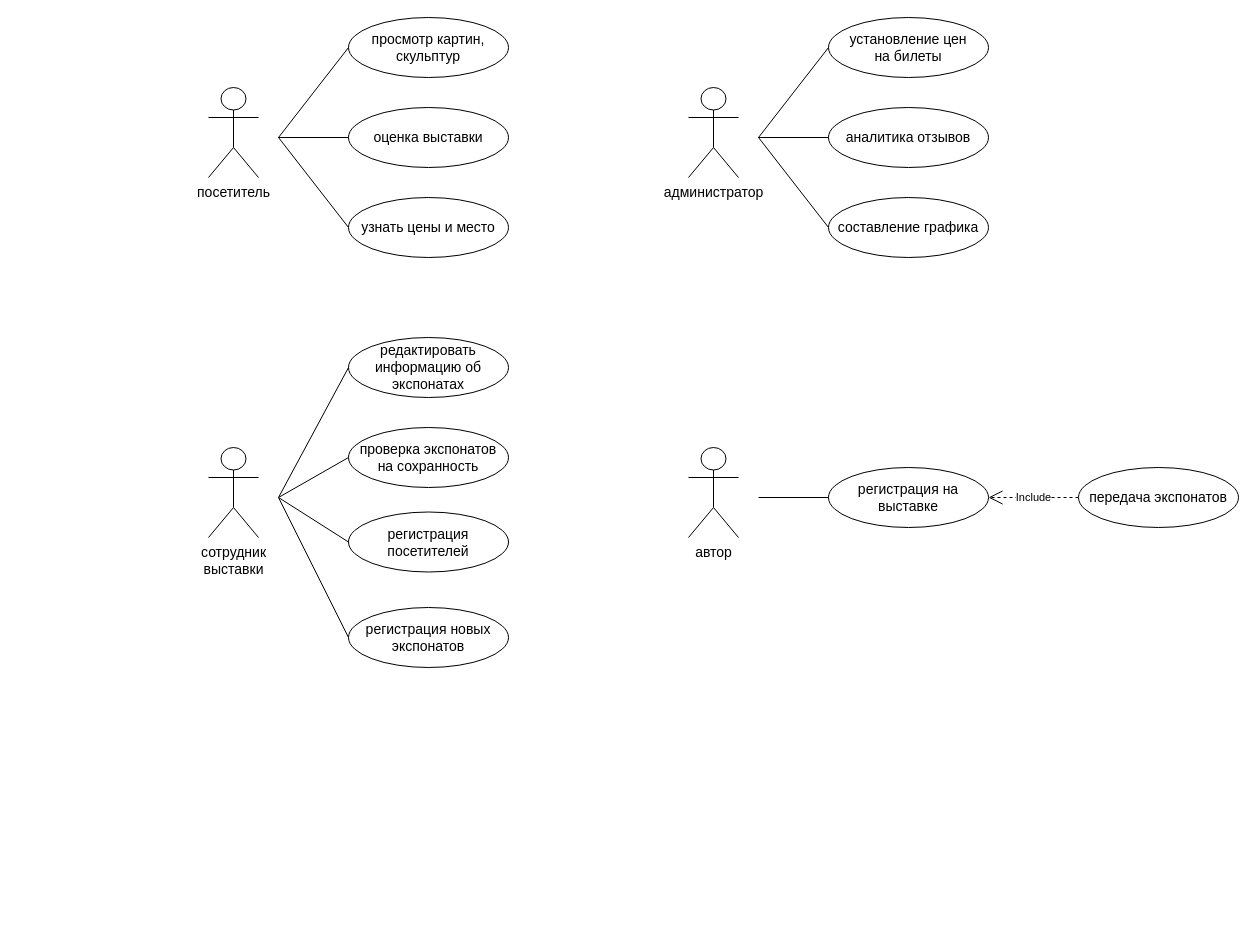
Above: Diagrams/use-case.drawio in OlgaMats/- (draw.io), before the change. Source tidied: cells renumbered, new cells numbered last; positions are measured from the earlier drawing's top-left corner, leaving out a move shared by most shapes. Both pictures are drawn from the tidied source at 100%, with x=0, y=0 at pixel (208, 17).
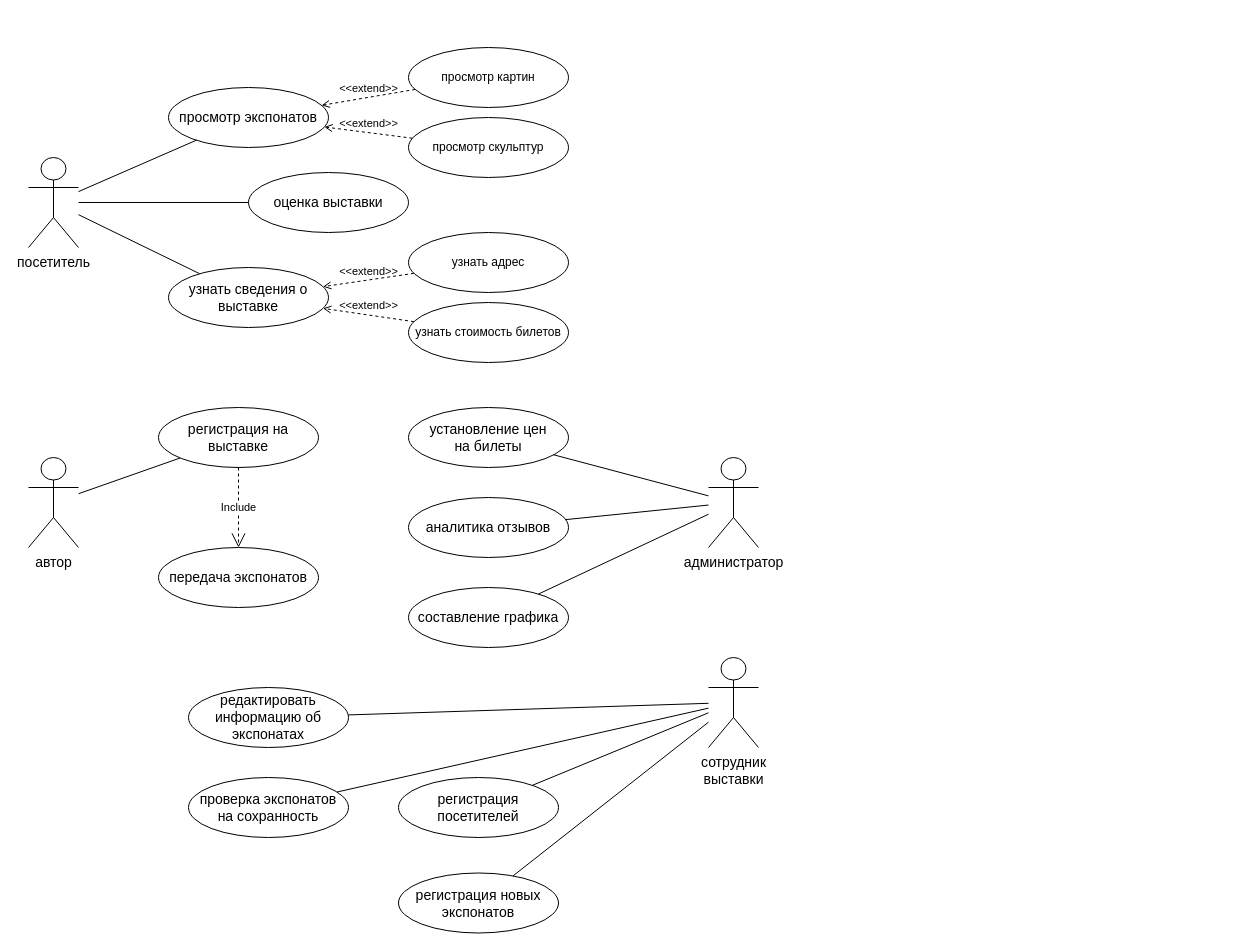
Above is the later version.

What changed in the source:
```diff
@@
     <mxCell id="2" value="&lt;font style=&quot;font-size: 14px&quot;&gt;посетитель&lt;/font&gt;" style="shape=umlActor;verticalLabelPosition=bottom;verticalAlign=top;html=1;outlineConnect=0;" parent="1" vertex="1">
-      <mxGeometry y="70" width="50" height="90" as="geometry" />
+      <mxGeometry x="-180" y="140" width="50" height="90" as="geometry" />
     </mxCell>
     <mxCell id="3" value="&lt;font style=&quot;font-size: 14px&quot;&gt;сотрудник&lt;br&gt;выставки&lt;br&gt;&lt;/font&gt;" style="shape=umlActor;verticalLabelPosition=bottom;verticalAlign=top;html=1;outlineConnect=0;" parent="1" vertex="1">
-      <mxGeometry y="430" width="50" height="90" as="geometry" />
+      <mxGeometry x="500" y="640" width="50" height="90" as="geometry" />
     </mxCell>
     <mxCell id="4" value="&lt;font style=&quot;font-size: 14px&quot;&gt;редактировать информацию об экспонатах&lt;/font&gt;" style="ellipse;whiteSpace=wrap;html=1;" parent="1" vertex="1">
-      <mxGeometry x="140" y="320" width="160" height="60" as="geometry" />
+      <mxGeometry x="-20" y="670" width="160" height="60" as="geometry" />
     </mxCell>
-    <mxCell id="5" style="endArrow=none;html=1;entryX=0;entryY=0.5;entryDx=0;entryDy=0;" parent="1" edge="1" target="8">
-      <mxGeometry relative="1" as="geometry">
-        <mxPoint x="70" y="480" as="sourcePoint" />
-      </mxGeometry>
+    <mxCell id="5" style="endArrow=none;html=1;" parent="1" edge="1" source="3" target="8">
+      <mxGeometry relative="1" as="geometry" />
     </mxCell>
-    <mxCell id="6" style="endArrow=none;html=1;entryX=0;entryY=0.5;entryDx=0;entryDy=0;" parent="1" edge="1" target="9">
-      <mxGeometry relative="1" as="geometry">
-        <mxPoint x="70" y="480" as="sourcePoint" />
-      </mxGeometry>
+    <mxCell id="6" style="endArrow=none;html=1;" parent="1" edge="1" source="3" target="9">
+      <mxGeometry relative="1" as="geometry" />
     </mxCell>
-    <mxCell id="7" style="endArrow=none;html=1;entryX=0;entryY=0.5;entryDx=0;entryDy=0;" parent="1" edge="1" target="4">
-      <mxGeometry relative="1" as="geometry">
-        <mxPoint x="70" y="480" as="sourcePoint" />
-      </mxGeometry>
+    <mxCell id="7" style="endArrow=none;html=1;" parent="1" edge="1" source="3" target="4">
+      <mxGeometry relative="1" as="geometry" />
     </mxCell>
     <mxCell id="8" value="&lt;span style=&quot;font-size: 14px&quot;&gt;регистрация посетителей&lt;/span&gt;" style="ellipse;whiteSpace=wrap;html=1;" parent="1" vertex="1">
-      <mxGeometry x="140" y="494.5" width="160" height="60" as="geometry" />
+      <mxGeometry x="190" y="760" width="160" height="60" as="geometry" />
     </mxCell>
     <mxCell id="9" value="&lt;font style=&quot;font-size: 14px&quot;&gt;регистрация новых экспонатов&lt;/font&gt;" style="ellipse;whiteSpace=wrap;html=1;" parent="1" vertex="1">
-      <mxGeometry x="140" y="590" width="160" height="60" as="geometry" />
+      <mxGeometry x="190" y="855.5" width="160" height="60" as="geometry" />
     </mxCell>
     <mxCell id="10" value="&lt;span style=&quot;font-size: 14px&quot;&gt;проверка экспонатов &lt;br&gt;на сохранность&lt;/span&gt;" style="ellipse;whiteSpace=wrap;html=1;" parent="1" vertex="1">
-      <mxGeometry x="140" y="410" width="160" height="60" as="geometry" />
+      <mxGeometry x="-20" y="760" width="160" height="60" as="geometry" />
     </mxCell>
-    <mxCell id="11" style="endArrow=none;html=1;entryX=0;entryY=0.5;entryDx=0;entryDy=0;" parent="1" edge="1" target="10">
-      <mxGeometry relative="1" as="geometry">
-        <mxPoint x="70" y="480" as="sourcePoint" />
-      </mxGeometry>
+    <mxCell id="11" style="endArrow=none;html=1;" parent="1" edge="1" source="3" target="10">
+      <mxGeometry relative="1" as="geometry" />
     </mxCell>
     <mxCell id="12" value="&lt;font style=&quot;font-size: 14px&quot;&gt;администратор&lt;/font&gt;" style="shape=umlActor;verticalLabelPosition=bottom;verticalAlign=top;html=1;outlineConnect=0;" parent="1" vertex="1">
-      <mxGeometry x="480" y="70" width="50" height="90" as="geometry" />
+      <mxGeometry x="500" y="440" width="50" height="90" as="geometry" />
     </mxCell>
     <mxCell id="13" value="&lt;font style=&quot;font-size: 14px&quot;&gt;автор&lt;br&gt;&lt;/font&gt;" style="shape=umlActor;verticalLabelPosition=bottom;verticalAlign=top;html=1;outlineConnect=0;" parent="1" vertex="1">
-      <mxGeometry x="480" y="430" width="50" height="90" as="geometry" />
+      <mxGeometry x="-180" y="440" width="50" height="90" as="geometry" />
     </mxCell>
     <mxCell id="14" value="&lt;font style=&quot;font-size: 14px&quot;&gt;регистрация на выставке&lt;/font&gt;" style="ellipse;whiteSpace=wrap;html=1;" parent="1" vertex="1">
-      <mxGeometry x="620" y="450" width="160" height="60" as="geometry" />
+      <mxGeometry x="-50" y="390" width="160" height="60" as="geometry" />
     </mxCell>
-    <mxCell id="15" style="endArrow=none;html=1;entryX=0;entryY=0.5;entryDx=0;entryDy=0;" parent="1" edge="1" target="14">
-      <mxGeometry relative="1" as="geometry">
-        <mxPoint x="550" y="480" as="sourcePoint" />
-      </mxGeometry>
+    <mxCell id="15" style="endArrow=none;html=1;" parent="1" edge="1" source="13" target="14">
+      <mxGeometry relative="1" as="geometry" />
     </mxCell>
-    <mxCell id="16" value="&lt;font style=&quot;font-size: 14px&quot;&gt;просмотр картин,&lt;br&gt;скульптур&lt;br&gt;&lt;/font&gt;" style="ellipse;whiteSpace=wrap;html=1;" parent="1" vertex="1">
-      <mxGeometry x="140" width="160" height="60" as="geometry" />
+    <mxCell id="16" value="&lt;font style=&quot;font-size: 14px&quot;&gt;просмотр экспонатов&lt;br&gt;&lt;/font&gt;" style="ellipse;whiteSpace=wrap;html=1;" parent="1" vertex="1">
+      <mxGeometry x="-40" y="70" width="160" height="60" as="geometry" />
     </mxCell>
-    <mxCell id="17" style="endArrow=none;html=1;entryX=0;entryY=0.5;entryDx=0;entryDy=0;" parent="1" edge="1" target="19">
-      <mxGeometry relative="1" as="geometry">
-        <mxPoint x="70" y="120" as="sourcePoint" />
-      </mxGeometry>
+    <mxCell id="17" style="endArrow=none;html=1;" parent="1" edge="1" source="2" target="19">
+      <mxGeometry relative="1" as="geometry" />
     </mxCell>
-    <mxCell id="18" style="endArrow=none;html=1;entryX=0;entryY=0.5;entryDx=0;entryDy=0;" parent="1" edge="1" target="16">
-      <mxGeometry relative="1" as="geometry">
-        <mxPoint x="70" y="120" as="sourcePoint" />
-      </mxGeometry>
+    <mxCell id="18" style="endArrow=none;html=1;" parent="1" edge="1" source="2" target="16">
+      <mxGeometry relative="1" as="geometry" />
     </mxCell>
-    <mxCell id="19" value="&lt;span style=&quot;font-size: 14px&quot;&gt;узнать цены и место&lt;/span&gt;" style="ellipse;whiteSpace=wrap;html=1;" parent="1" vertex="1">
-      <mxGeometry x="140" y="180" width="160" height="60" as="geometry" />
+    <mxCell id="19" value="&lt;span style=&quot;font-size: 14px&quot;&gt;узнать сведения о выставке&lt;br&gt;&lt;/span&gt;" style="ellipse;whiteSpace=wrap;html=1;" parent="1" vertex="1">
+      <mxGeometry x="-40" y="250" width="160" height="60" as="geometry" />
     </mxCell>
     <mxCell id="20" value="&lt;span style=&quot;font-size: 14px&quot;&gt;оценка выставки&lt;/span&gt;" style="ellipse;whiteSpace=wrap;html=1;" parent="1" vertex="1">
-      <mxGeometry x="140" y="90" width="160" height="60" as="geometry" />
+      <mxGeometry x="40" y="155" width="160" height="60" as="geometry" />
     </mxCell>
-    <mxCell id="21" style="endArrow=none;html=1;entryX=0;entryY=0.5;entryDx=0;entryDy=0;" parent="1" edge="1" target="20">
-      <mxGeometry relative="1" as="geometry">
-        <mxPoint x="70" y="120" as="sourcePoint" />
-      </mxGeometry>
+    <mxCell id="21" style="endArrow=none;html=1;" parent="1" edge="1" source="2" target="20">
+      <mxGeometry relative="1" as="geometry" />
     </mxCell>
     <mxCell id="22" value="&lt;font style=&quot;font-size: 14px&quot;&gt;установление цен&lt;br&gt;на билеты&lt;br&gt;&lt;/font&gt;" style="ellipse;whiteSpace=wrap;html=1;" parent="1" vertex="1">
-      <mxGeometry x="620" width="160" height="60" as="geometry" />
+      <mxGeometry x="200" y="390" width="160" height="60" as="geometry" />
     </mxCell>
-    <mxCell id="23" style="endArrow=none;html=1;entryX=0;entryY=0.5;entryDx=0;entryDy=0;" parent="1" edge="1" target="25">
-      <mxGeometry relative="1" as="geometry">
-        <mxPoint x="550" y="120" as="sourcePoint" />
-      </mxGeometry>
+    <mxCell id="23" style="endArrow=none;html=1;" parent="1" edge="1" source="12" target="25">
+      <mxGeometry relative="1" as="geometry" />
     </mxCell>
-    <mxCell id="24" style="endArrow=none;html=1;entryX=0;entryY=0.5;entryDx=0;entryDy=0;" parent="1" edge="1" target="22">
-      <mxGeometry relative="1" as="geometry">
-        <mxPoint x="550" y="120" as="sourcePoint" />
-      </mxGeometry>
+    <mxCell id="24" style="endArrow=none;html=1;" parent="1" edge="1" source="12" target="22">
+      <mxGeometry relative="1" as="geometry" />
     </mxCell>
     <mxCell id="25" value="&lt;span style=&quot;font-size: 14px&quot;&gt;составление графика&lt;/span&gt;" style="ellipse;whiteSpace=wrap;html=1;" parent="1" vertex="1">
-      <mxGeometry x="620" y="180" width="160" height="60" as="geometry" />
+      <mxGeometry x="200" y="570" width="160" height="60" as="geometry" />
     </mxCell>
     <mxCell id="26" value="&lt;span style=&quot;font-size: 14px&quot;&gt;аналитика отзывов&lt;/span&gt;" style="ellipse;whiteSpace=wrap;html=1;" parent="1" vertex="1">
-      <mxGeometry x="620" y="90" width="160" height="60" as="geometry" />
+      <mxGeometry x="200" y="480" width="160" height="60" as="geometry" />
     </mxCell>
-    <mxCell id="27" style="endArrow=none;html=1;entryX=0;entryY=0.5;entryDx=0;entryDy=0;" parent="1" edge="1" target="26">
-      <mxGeometry relative="1" as="geometry">
-        <mxPoint x="550" y="120" as="sourcePoint" />
-      </mxGeometry>
+    <mxCell id="27" style="endArrow=none;html=1;" parent="1" edge="1" source="12" target="26">
+      <mxGeometry relative="1" as="geometry" />
     </mxCell>
-    <mxCell id="28" value="Include" style="endArrow=open;endSize=12;dashed=1;html=1;targetPerimeterSpacing=0;entryX=1;entryY=0.5;entryDx=0;entryDy=0;" parent="1" edge="1" target="14">
-      <mxGeometry relative="1" as="geometry">
-        <mxPoint x="870" y="480" as="sourcePoint" />
-      </mxGeometry>
+    <mxCell id="28" value="Include" style="endArrow=open;endSize=12;dashed=1;html=1;targetPerimeterSpacing=0;" parent="1" edge="1" source="14" target="29">
+      <mxGeometry relative="1" as="geometry" />
     </mxCell>
     <mxCell id="29" value="&lt;span style=&quot;font-size: 14px&quot;&gt;передача экспонатов&lt;/span&gt;" style="ellipse;whiteSpace=wrap;html=1;" parent="1" vertex="1">
-      <mxGeometry x="870" y="450" width="160" height="60" as="geometry" />
+      <mxGeometry x="-50" y="530" width="160" height="60" as="geometry" />
     </mxCell>
+    <mxCell id="30" value="просмотр картин" style="ellipse;whiteSpace=wrap;html=1;" parent="1" vertex="1">
+      <mxGeometry x="200" y="30" width="160" height="60" as="geometry" />
+    </mxCell>
+    <mxCell id="31" value="просмотр скульптур" style="ellipse;whiteSpace=wrap;html=1;" parent="1" vertex="1">
+      <mxGeometry x="200" y="100" width="160" height="60" as="geometry" />
+    </mxCell>
+    <mxCell id="32" value="&amp;lt;&amp;lt;extend&amp;gt;&amp;gt;" style="html=1;verticalAlign=bottom;labelBackgroundColor=none;endArrow=open;endFill=0;dashed=1;" parent="1" edge="1" source="30" target="16">
+      <mxGeometry relative="1" as="geometry" />
+    </mxCell>
+    <mxCell id="33" value="&amp;lt;&amp;lt;extend&amp;gt;&amp;gt;" style="html=1;verticalAlign=bottom;labelBackgroundColor=none;endArrow=open;endFill=0;dashed=1;" parent="1" edge="1" source="31" target="16">
+      <mxGeometry relative="1" as="geometry" />
+    </mxCell>
+    <mxCell id="34" value="узнать адрес" style="ellipse;whiteSpace=wrap;html=1;" parent="1" vertex="1">
+      <mxGeometry x="200" y="215" width="160" height="60" as="geometry" />
+    </mxCell>
+    <mxCell id="35" value="узнать стоимость билетов" style="ellipse;whiteSpace=wrap;html=1;" parent="1" vertex="1">
+      <mxGeometry x="200" y="285" width="160" height="60" as="geometry" />
+    </mxCell>
+    <mxCell id="36" value="&amp;lt;&amp;lt;extend&amp;gt;&amp;gt;" style="html=1;verticalAlign=bottom;labelBackgroundColor=none;endArrow=open;endFill=0;dashed=1;" parent="1" edge="1" source="34" target="19">
+      <mxGeometry relative="1" as="geometry" />
+    </mxCell>
+    <mxCell id="37" value="&amp;lt;&amp;lt;extend&amp;gt;&amp;gt;" style="html=1;verticalAlign=bottom;labelBackgroundColor=none;endArrow=open;endFill=0;dashed=1;" parent="1" edge="1" source="35" target="19">
+      <mxGeometry relative="1" as="geometry" />
+    </mxCell>
```
